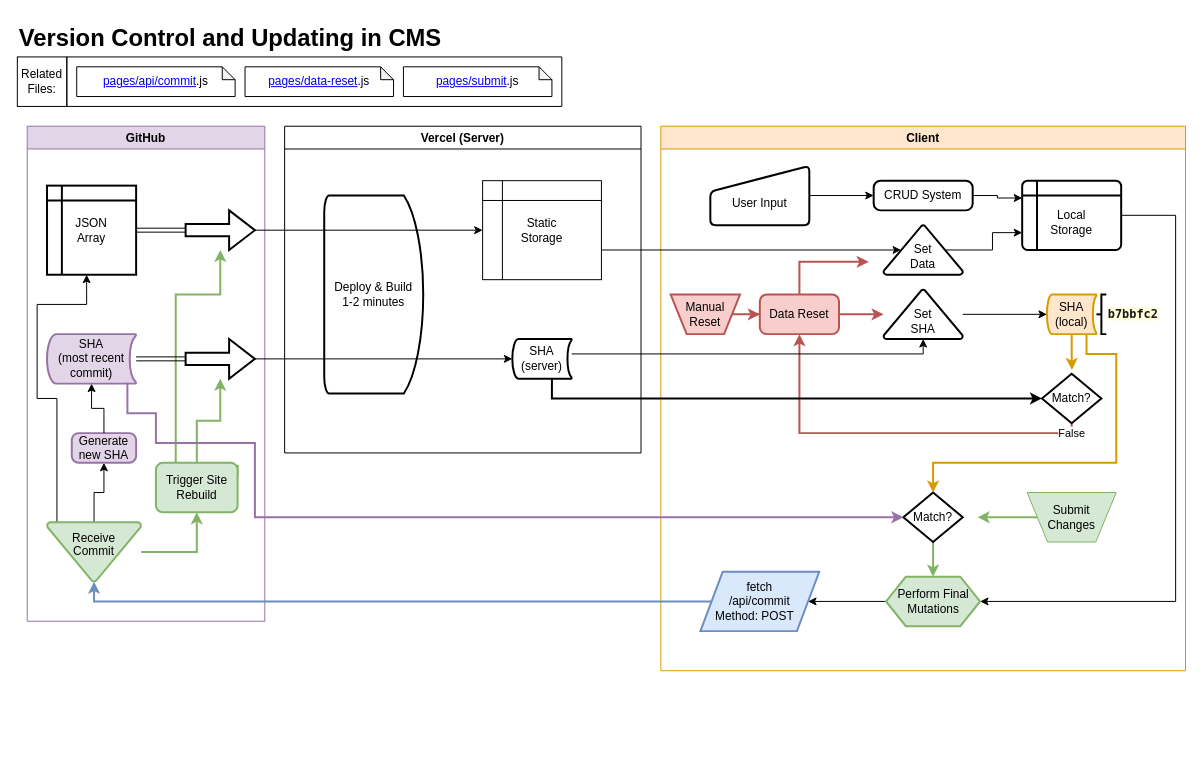
This is Version_Control.drawio from macglencoe/diagrams, a draw.io file, before an edit. Source tidied: cells renumbered, new cells numbered last; positions are measured from the earlier drawing's top-left corner, leaving out a move shared by most shapes. Both pictures are drawn from the tidied source at 99%, with x=0, y=0 at pixel (17, 17).
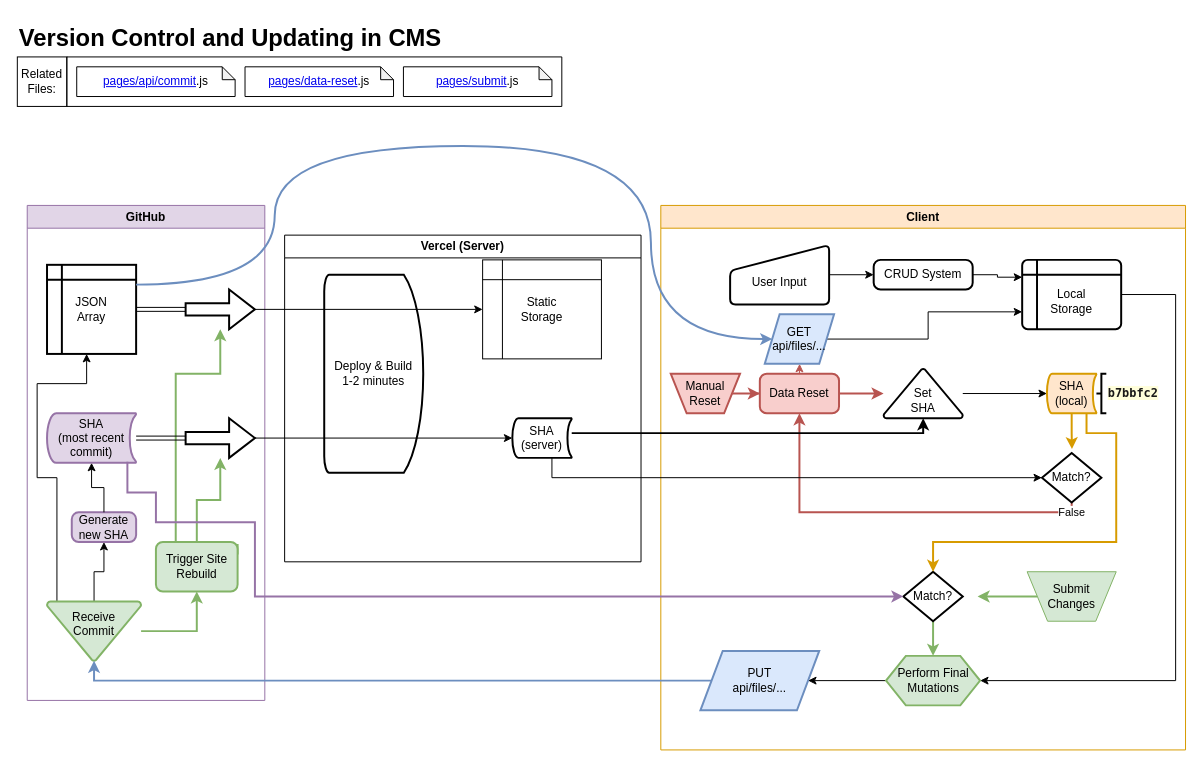
After the change.

Unchanged cells that the change refers to:
```xml
<mxCell id="9" value="SHA&lt;div&gt;(most recent commit)&lt;/div&gt;" style="strokeWidth=2;html=1;shape=mxgraph.flowchart.stored_data;whiteSpace=wrap;fillColor=#e1d5e7;strokeColor=#9673a6;" parent="8" vertex="1">
  <mxGeometry x="20" y="210" width="90" height="50" as="geometry" />
</mxCell>
<mxCell id="17" value="JSON&lt;div&gt;Array&lt;/div&gt;" style="shape=internalStorage;whiteSpace=wrap;html=1;dx=15;dy=15;rounded=1;arcSize=0;strokeWidth=2;" parent="8" vertex="1">
  <mxGeometry x="20" y="60" width="90" height="90" as="geometry" />
</mxCell>
<mxCell id="30" value="&lt;div&gt;&lt;br&gt;&lt;/div&gt;Local&lt;div&gt;Storage&lt;/div&gt;" style="shape=internalStorage;whiteSpace=wrap;html=1;dx=15;dy=15;rounded=1;arcSize=8;strokeWidth=2;" parent="28" vertex="1">
  <mxGeometry x="365" y="55" width="100" height="70" as="geometry" />
</mxCell>
<mxCell id="37" value="Data Reset" style="rounded=1;whiteSpace=wrap;html=1;absoluteArcSize=1;arcSize=14;strokeWidth=2;fillColor=#f8cecc;strokeColor=#b85450;" parent="28" vertex="1">
  <mxGeometry x="100" y="170" width="80" height="40" as="geometry" />
</mxCell>
<mxCell id="39" value="Match?" style="strokeWidth=2;html=1;shape=mxgraph.flowchart.decision;whiteSpace=wrap;" parent="28" vertex="1">
  <mxGeometry x="385" y="250" width="60" height="50" as="geometry" />
</mxCell>
<mxCell id="42" value="&lt;br&gt;&lt;div&gt;Set&lt;/div&gt;&lt;div&gt;SHA&lt;/div&gt;" style="strokeWidth=2;html=1;shape=mxgraph.flowchart.extract_or_measurement;whiteSpace=wrap;" parent="28" vertex="1">
  <mxGeometry x="225" y="165" width="80" height="50" as="geometry" />
</mxCell>
<mxCell id="52" value="Match?" style="strokeWidth=2;html=1;shape=mxgraph.flowchart.decision;whiteSpace=wrap;" parent="28" vertex="1">
  <mxGeometry x="245" y="370" width="60" height="50" as="geometry" />
</mxCell>
```

Change to the diagram source:
```diff
@@
     <mxCell id="8" value="GitHub" style="swimlane;whiteSpace=wrap;html=1;fillColor=#e1d5e7;strokeColor=#9673a6;" parent="1" vertex="1">
-      <mxGeometry x="10" y="110" width="240" height="500" as="geometry" />
+      <mxGeometry x="10" y="190" width="240" height="500" as="geometry" />
     </mxCell>
@@
     <mxCell id="24" value="Vercel (Server)" style="swimlane;whiteSpace=wrap;html=1;" parent="1" vertex="1">
-      <mxGeometry x="270" y="110" width="360" height="330" as="geometry" />
+      <mxGeometry x="270" y="220" width="360" height="330" as="geometry" />
     </mxCell>
     <mxCell id="25" value="Static&lt;div&gt;Storage&lt;/div&gt;" style="shape=internalStorage;whiteSpace=wrap;html=1;backgroundOutline=1;" parent="24" vertex="1">
-      <mxGeometry x="200" y="55" width="120" height="100" as="geometry" />
+      <mxGeometry x="200" y="25" width="120" height="100" as="geometry" />
     </mxCell>
     <mxCell id="26" value="SHA&lt;div&gt;(server)&lt;/div&gt;" style="strokeWidth=2;html=1;shape=mxgraph.flowchart.stored_data;whiteSpace=wrap;" parent="24" vertex="1">
-      <mxGeometry x="230" y="215" width="60" height="40" as="geometry" />
+      <mxGeometry x="230" y="185" width="60" height="40" as="geometry" />
     </mxCell>
     <mxCell id="27" value="Deploy &amp;amp; Build&lt;div&gt;1-2 minutes&lt;/div&gt;" style="strokeWidth=2;html=1;shape=mxgraph.flowchart.delay;whiteSpace=wrap;" parent="24" vertex="1">
-      <mxGeometry x="40" y="70" width="100" height="200" as="geometry" />
+      <mxGeometry x="40" y="40" width="100" height="200" as="geometry" />
     </mxCell>
     <mxCell id="28" value="Client" style="swimlane;whiteSpace=wrap;html=1;fillColor=#ffe6cc;strokeColor=#d79b00;" parent="1" vertex="1">
-      <mxGeometry x="650" y="110" width="530" height="550" as="geometry" />
+      <mxGeometry x="650" y="190" width="530" height="550" as="geometry" />
     </mxCell>
@@
     <mxCell id="32" value="&lt;div&gt;&lt;span style=&quot;background-color: transparent; color: light-dark(rgb(0, 0, 0), rgb(255, 255, 255));&quot;&gt;&lt;br&gt;&lt;/span&gt;&lt;/div&gt;&lt;span style=&quot;background-color: transparent; color: light-dark(rgb(0, 0, 0), rgb(255, 255, 255));&quot;&gt;User Input&lt;/span&gt;" style="html=1;strokeWidth=2;shape=manualInput;whiteSpace=wrap;rounded=1;size=26;arcSize=11;" parent="28" vertex="1">
-      <mxGeometry x="50" y="40" width="100" height="60" as="geometry" />
+      <mxGeometry x="70" y="40" width="100" height="60" as="geometry" />
     </mxCell>
@@
+    <mxCell id="64" style="edgeStyle=orthogonalEdgeStyle;rounded=0;jettySize=auto;html=1;exitX=0.5;exitY=0;exitDx=0;exitDy=0;fillColor=#f8cecc;strokeColor=#b85450;" parent="28" edge="1" source="37">
+      <mxGeometry relative="1" as="geometry">
+        <mxPoint x="140.2" y="160" as="targetPoint" />
+      </mxGeometry>
+    </mxCell>
@@
-    <mxCell id="44" style="edgeStyle=orthogonalEdgeStyle;rounded=0;jettySize=auto;html=1;entryX=0;entryY=0.75;entryDx=0;entryDy=0;exitX=0.78;exitY=0.5;exitDx=0;exitDy=0;exitPerimeter=0;" parent="28" edge="1" source="45" target="30">
-      <mxGeometry relative="1" as="geometry" />
-    </mxCell>
-    <mxCell id="45" value="&lt;br&gt;&lt;div&gt;Set&lt;/div&gt;&lt;div&gt;Data&lt;/div&gt;" style="strokeWidth=2;html=1;shape=mxgraph.flowchart.extract_or_measurement;whiteSpace=wrap;" parent="28" vertex="1">
-      <mxGeometry x="225" y="100" width="80" height="50" as="geometry" />
-    </mxCell>
-    <mxCell id="46" style="edgeStyle=orthogonalEdgeStyle;rounded=0;jettySize=auto;html=1;fillColor=#f8cecc;strokeColor=#b85450;strokeWidth=2;" parent="28" edge="1" source="37">
-      <mxGeometry relative="1" as="geometry">
-        <mxPoint x="210" y="137" as="targetPoint" />
-        <Array as="points">
-          <mxPoint x="140" y="137" />
-        </Array>
-      </mxGeometry>
-    </mxCell>
@@
-    <mxCell id="54" value="fetch&lt;div&gt;/api/commit&lt;/div&gt;&lt;div&gt;Method: POST&amp;nbsp; &amp;nbsp;&lt;/div&gt;" style="shape=parallelogram;html=1;strokeWidth=2;perimeter=parallelogramPerimeter;whiteSpace=wrap;rounded=1;arcSize=0;size=0.1875;fillColor=#dae8fc;strokeColor=#6c8ebf;" parent="28" vertex="1">
+    <mxCell id="54" value="PUT&lt;div&gt;api/files/...&lt;/div&gt;" style="shape=parallelogram;html=1;strokeWidth=2;perimeter=parallelogramPerimeter;whiteSpace=wrap;rounded=1;arcSize=0;size=0.1875;fillColor=#dae8fc;strokeColor=#6c8ebf;" parent="28" vertex="1">
       <mxGeometry x="40" y="450" width="120" height="60" as="geometry" />
     </mxCell>
@@
+    <mxCell id="65" style="edgeStyle=orthogonalEdgeStyle;rounded=0;jettySize=auto;html=1;entryX=0;entryY=0.75;entryDx=0;entryDy=0;" parent="28" edge="1" source="66" target="30">
+      <mxGeometry relative="1" as="geometry" />
+    </mxCell>
+    <mxCell id="66" value="GET&lt;div&gt;api/files/...&lt;/div&gt;" style="shape=parallelogram;html=1;strokeWidth=2;perimeter=parallelogramPerimeter;whiteSpace=wrap;rounded=1;arcSize=0;size=0.21428571428571427;fillColor=#dae8fc;strokeColor=#6c8ebf;" parent="28" vertex="1">
+      <mxGeometry x="105" y="110" width="70" height="50" as="geometry" />
+    </mxCell>
-    <mxCell id="57" style="edgeStyle=orthogonalEdgeStyle;rounded=0;jettySize=auto;html=1;entryX=0;entryY=0.5;entryDx=0;entryDy=0;entryPerimeter=0;strokeWidth=2;" parent="1" edge="1" source="26" target="39">
+    <mxCell id="57" style="edgeStyle=orthogonalEdgeStyle;rounded=0;jettySize=auto;html=1;entryX=0;entryY=0.5;entryDx=0;entryDy=0;entryPerimeter=0;strokeWidth=1;" parent="1" edge="1" source="26" target="39">
       <mxGeometry relative="1" as="geometry">
         <Array as="points">
-          <mxPoint x="540" y="385" />
+          <mxPoint x="540" y="465" />
         </Array>
       </mxGeometry>
     </mxCell>
-    <mxCell id="58" style="edgeStyle=orthogonalEdgeStyle;rounded=0;jettySize=auto;html=1;entryX=0.5;entryY=1;entryDx=0;entryDy=0;entryPerimeter=0;" parent="1" edge="1" source="26" target="42">
+    <mxCell id="58" style="edgeStyle=orthogonalEdgeStyle;rounded=0;jettySize=auto;html=1;entryX=0.5;entryY=1;entryDx=0;entryDy=0;entryPerimeter=0;strokeWidth=2;" parent="1" edge="1" source="26" target="42">
       <mxGeometry relative="1" as="geometry">
         <Array as="points">
-          <mxPoint x="915" y="340" />
+          <mxPoint x="915" y="420" />
         </Array>
       </mxGeometry>
     </mxCell>
-    <mxCell id="59" style="edgeStyle=orthogonalEdgeStyle;rounded=0;jettySize=auto;html=1;entryX=0.22;entryY=0.5;entryDx=0;entryDy=0;entryPerimeter=0;" parent="1" edge="1" source="25" target="45">
-      <mxGeometry relative="1" as="geometry">
-        <Array as="points">
-          <mxPoint x="680" y="235" />
-          <mxPoint x="680" y="235" />
-        </Array>
-      </mxGeometry>
-    </mxCell>
@@
     <mxCell id="63" style="edgeStyle=orthogonalEdgeStyle;rounded=0;jettySize=auto;html=1;entryX=0;entryY=0.5;entryDx=0;entryDy=0;entryPerimeter=0;exitX=0.902;exitY=0.98;exitDx=0;exitDy=0;exitPerimeter=0;fillColor=#e1d5e7;strokeColor=#9673a6;strokeWidth=2;" parent="1" edge="1" source="9" target="52">
       <mxGeometry relative="1" as="geometry">
         <Array as="points">
-          <mxPoint x="111" y="400" />
-          <mxPoint x="140" y="400" />
-          <mxPoint x="140" y="430" />
-          <mxPoint x="240" y="430" />
-          <mxPoint x="240" y="505" />
+          <mxPoint x="111" y="480" />
+          <mxPoint x="140" y="480" />
+          <mxPoint x="140" y="510" />
+          <mxPoint x="240" y="510" />
+          <mxPoint x="240" y="585" />
         </Array>
       </mxGeometry>
     </mxCell>
+    <mxCell id="67" style="edgeStyle=orthogonalEdgeStyle;rounded=0;jettySize=auto;html=1;curved=1;fillColor=#dae8fc;strokeColor=#6c8ebf;strokeWidth=2;" parent="1" edge="1" source="17" target="66">
+      <mxGeometry relative="1" as="geometry">
+        <Array as="points">
+          <mxPoint x="260" y="270" />
+          <mxPoint x="260" y="130" />
+          <mxPoint x="640" y="130" />
+          <mxPoint x="640" y="325" />
+        </Array>
+      </mxGeometry>
+    </mxCell>
```
